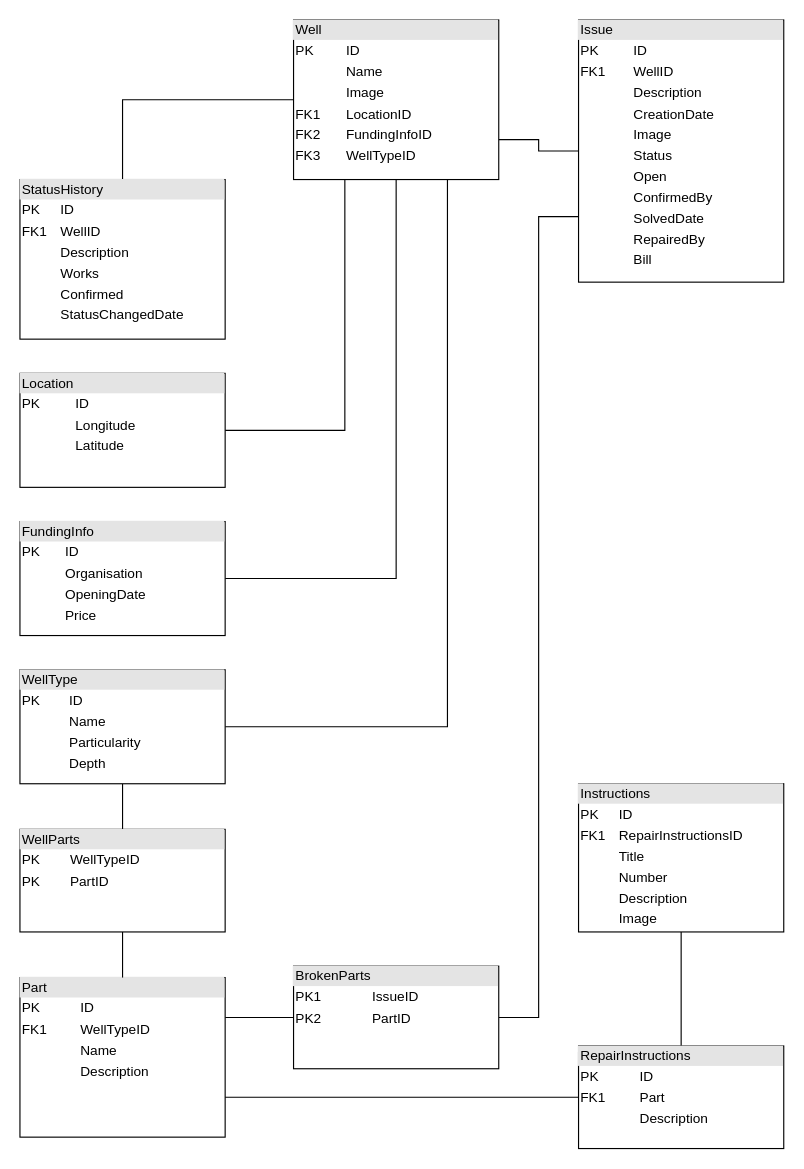
martinneumann/maph keeps this draw.io diagram as docs/data-structure/ERM.drawio. Above is the earlier version. Source tidied: cells renumbered, new cells numbered last; positions are measured from the earlier drawing's top-left corner, leaving out a move shared by most shapes. Both pictures are drawn from the tidied source at 114%, with x=0, y=0 at pixel (19, 19).
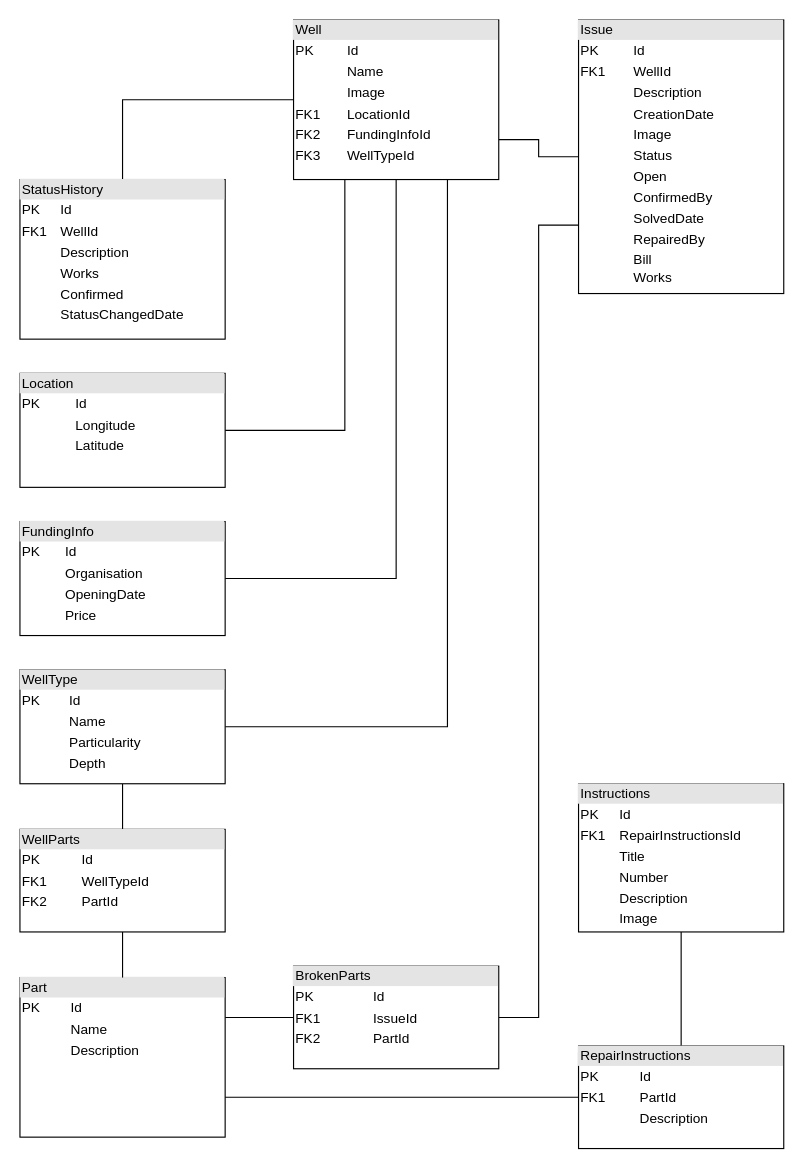
Above is the later version.

Diff of the diagram source:
```diff
@@
-    <mxCell id="7" value="&lt;div style=&quot;box-sizing: border-box ; width: 100% ; background: #e4e4e4 ; padding: 2px&quot;&gt;Well&lt;/div&gt;&lt;table style=&quot;width: 100% ; font-size: 1em&quot; cellspacing=&quot;0&quot; cellpadding=&quot;2&quot;&gt;&lt;tbody&gt;&lt;tr&gt;&lt;td&gt;PK&lt;/td&gt;&lt;td&gt;ID&lt;/td&gt;&lt;/tr&gt;&lt;tr&gt;&lt;td&gt;&lt;br&gt;&lt;/td&gt;&lt;td&gt;Name&lt;/td&gt;&lt;/tr&gt;&lt;tr&gt;&lt;td&gt;&lt;br&gt;&lt;/td&gt;&lt;td&gt;Image&lt;br&gt;&lt;/td&gt;&lt;/tr&gt;&lt;tr&gt;&lt;td&gt;FK1&lt;br&gt;&lt;/td&gt;&lt;td&gt;LocationID&lt;br&gt;&lt;/td&gt;&lt;/tr&gt;&lt;tr&gt;&lt;td&gt;FK2&lt;br&gt;&lt;/td&gt;&lt;td&gt;FundingInfoID&lt;br&gt;&lt;/td&gt;&lt;/tr&gt;&lt;tr&gt;&lt;td&gt;FK3&lt;br&gt;&lt;/td&gt;&lt;td&gt;WellTypeID&lt;br&gt;&lt;/td&gt;&lt;/tr&gt;&lt;/tbody&gt;&lt;/table&gt;" style="verticalAlign=top;align=left;overflow=fill;html=1;" parent="1" vertex="1">
+    <mxCell id="7" value="&lt;div style=&quot;box-sizing: border-box ; width: 100% ; background: #e4e4e4 ; padding: 2px&quot;&gt;Well&lt;/div&gt;&lt;table style=&quot;width: 100% ; font-size: 1em&quot; cellspacing=&quot;0&quot; cellpadding=&quot;2&quot;&gt;&lt;tbody&gt;&lt;tr&gt;&lt;td&gt;PK&lt;/td&gt;&lt;td&gt;Id&lt;/td&gt;&lt;/tr&gt;&lt;tr&gt;&lt;td&gt;&lt;br&gt;&lt;/td&gt;&lt;td&gt;Name&lt;/td&gt;&lt;/tr&gt;&lt;tr&gt;&lt;td&gt;&lt;br&gt;&lt;/td&gt;&lt;td&gt;Image&lt;br&gt;&lt;/td&gt;&lt;/tr&gt;&lt;tr&gt;&lt;td&gt;FK1&lt;br&gt;&lt;/td&gt;&lt;td&gt;LocationId&lt;br&gt;&lt;/td&gt;&lt;/tr&gt;&lt;tr&gt;&lt;td&gt;FK2&lt;br&gt;&lt;/td&gt;&lt;td&gt;FundingInfoId&lt;br&gt;&lt;/td&gt;&lt;/tr&gt;&lt;tr&gt;&lt;td&gt;FK3&lt;br&gt;&lt;/td&gt;&lt;td&gt;WellTypeId&lt;br&gt;&lt;/td&gt;&lt;/tr&gt;&lt;/tbody&gt;&lt;/table&gt;" style="verticalAlign=top;align=left;overflow=fill;html=1;" parent="1" vertex="1">
       <mxGeometry x="240" width="180" height="140" as="geometry" />
     </mxCell>
-    <mxCell id="8" value="&lt;div style=&quot;box-sizing: border-box ; width: 100% ; background: #e4e4e4 ; padding: 2px&quot;&gt;FundingInfo&lt;/div&gt;&lt;table style=&quot;width: 100% ; font-size: 1em&quot; cellspacing=&quot;0&quot; cellpadding=&quot;2&quot;&gt;&lt;tbody&gt;&lt;tr&gt;&lt;td&gt;PK&lt;/td&gt;&lt;td&gt;ID&lt;/td&gt;&lt;/tr&gt;&lt;tr&gt;&lt;td&gt;&lt;br&gt;&lt;/td&gt;&lt;td&gt;Organisation&lt;/td&gt;&lt;/tr&gt;&lt;tr&gt;&lt;td&gt;&lt;br&gt;&lt;/td&gt;&lt;td&gt;OpeningDate&lt;/td&gt;&lt;/tr&gt;&lt;tr&gt;&lt;td&gt;&lt;br&gt;&lt;/td&gt;&lt;td&gt;Price&lt;br&gt;&lt;/td&gt;&lt;/tr&gt;&lt;/tbody&gt;&lt;/table&gt;" style="verticalAlign=top;align=left;overflow=fill;html=1;" parent="1" vertex="1">
+    <mxCell id="8" value="&lt;div style=&quot;box-sizing: border-box ; width: 100% ; background: #e4e4e4 ; padding: 2px&quot;&gt;FundingInfo&lt;/div&gt;&lt;table style=&quot;width: 100% ; font-size: 1em&quot; cellspacing=&quot;0&quot; cellpadding=&quot;2&quot;&gt;&lt;tbody&gt;&lt;tr&gt;&lt;td&gt;PK&lt;/td&gt;&lt;td&gt;Id&lt;/td&gt;&lt;/tr&gt;&lt;tr&gt;&lt;td&gt;&lt;br&gt;&lt;/td&gt;&lt;td&gt;Organisation&lt;/td&gt;&lt;/tr&gt;&lt;tr&gt;&lt;td&gt;&lt;br&gt;&lt;/td&gt;&lt;td&gt;OpeningDate&lt;/td&gt;&lt;/tr&gt;&lt;tr&gt;&lt;td&gt;&lt;br&gt;&lt;/td&gt;&lt;td&gt;Price&lt;br&gt;&lt;/td&gt;&lt;/tr&gt;&lt;/tbody&gt;&lt;/table&gt;" style="verticalAlign=top;align=left;overflow=fill;html=1;" parent="1" vertex="1">
       <mxGeometry y="440" width="180" height="100" as="geometry" />
     </mxCell>
@@
-    <mxCell id="10" value="&lt;div style=&quot;box-sizing: border-box ; width: 100% ; background: #e4e4e4 ; padding: 2px&quot;&gt;WellType&lt;/div&gt;&lt;table style=&quot;width: 100% ; font-size: 1em&quot; cellspacing=&quot;0&quot; cellpadding=&quot;2&quot;&gt;&lt;tbody&gt;&lt;tr&gt;&lt;td&gt;PK&lt;/td&gt;&lt;td&gt;ID&lt;/td&gt;&lt;/tr&gt;&lt;tr&gt;&lt;td&gt;&lt;br&gt;&lt;/td&gt;&lt;td&gt;Name&lt;/td&gt;&lt;/tr&gt;&lt;tr&gt;&lt;td&gt;&lt;br&gt;&lt;/td&gt;&lt;td&gt;Particularity&lt;/td&gt;&lt;/tr&gt;&lt;tr&gt;&lt;td&gt;&lt;br&gt;&lt;/td&gt;&lt;td&gt;Depth&lt;/td&gt;&lt;/tr&gt;&lt;tr&gt;&lt;td&gt;&lt;br&gt;&lt;/td&gt;&lt;td&gt;&lt;br&gt;&lt;/td&gt;&lt;/tr&gt;&lt;/tbody&gt;&lt;/table&gt;" style="verticalAlign=top;align=left;overflow=fill;html=1;" parent="1" vertex="1">
+    <mxCell id="10" value="&lt;div style=&quot;box-sizing: border-box ; width: 100% ; background: #e4e4e4 ; padding: 2px&quot;&gt;WellType&lt;/div&gt;&lt;table style=&quot;width: 100% ; font-size: 1em&quot; cellspacing=&quot;0&quot; cellpadding=&quot;2&quot;&gt;&lt;tbody&gt;&lt;tr&gt;&lt;td&gt;PK&lt;/td&gt;&lt;td&gt;Id&lt;/td&gt;&lt;/tr&gt;&lt;tr&gt;&lt;td&gt;&lt;br&gt;&lt;/td&gt;&lt;td&gt;Name&lt;/td&gt;&lt;/tr&gt;&lt;tr&gt;&lt;td&gt;&lt;br&gt;&lt;/td&gt;&lt;td&gt;Particularity&lt;/td&gt;&lt;/tr&gt;&lt;tr&gt;&lt;td&gt;&lt;br&gt;&lt;/td&gt;&lt;td&gt;Depth&lt;/td&gt;&lt;/tr&gt;&lt;tr&gt;&lt;td&gt;&lt;br&gt;&lt;/td&gt;&lt;td&gt;&lt;br&gt;&lt;/td&gt;&lt;/tr&gt;&lt;/tbody&gt;&lt;/table&gt;" style="verticalAlign=top;align=left;overflow=fill;html=1;" parent="1" vertex="1">
       <mxGeometry y="570" width="180" height="100" as="geometry" />
     </mxCell>
@@
-    <mxCell id="12" value="&lt;div style=&quot;box-sizing: border-box ; width: 100% ; background: #e4e4e4 ; padding: 2px&quot;&gt;Part&lt;/div&gt;&lt;table style=&quot;width: 100% ; font-size: 1em&quot; cellspacing=&quot;0&quot; cellpadding=&quot;2&quot;&gt;&lt;tbody&gt;&lt;tr&gt;&lt;td&gt;PK&lt;/td&gt;&lt;td&gt;ID&lt;/td&gt;&lt;/tr&gt;&lt;tr&gt;&lt;td&gt;FK1&lt;/td&gt;&lt;td&gt;WellTypeID&lt;/td&gt;&lt;/tr&gt;&lt;tr&gt;&lt;td&gt;&lt;br&gt;&lt;/td&gt;&lt;td&gt;Name&lt;/td&gt;&lt;/tr&gt;&lt;tr&gt;&lt;td&gt;&lt;br&gt;&lt;/td&gt;&lt;td&gt;Description&lt;/td&gt;&lt;/tr&gt;&lt;/tbody&gt;&lt;/table&gt;" style="verticalAlign=top;align=left;overflow=fill;html=1;" parent="1" vertex="1">
+    <mxCell id="12" value="&lt;div style=&quot;box-sizing: border-box ; width: 100% ; background: #e4e4e4 ; padding: 2px&quot;&gt;Part&lt;/div&gt;&lt;table style=&quot;width: 100% ; font-size: 1em&quot; cellspacing=&quot;0&quot; cellpadding=&quot;2&quot;&gt;&lt;tbody&gt;&lt;tr&gt;&lt;td&gt;PK&lt;/td&gt;&lt;td&gt;Id&lt;/td&gt;&lt;/tr&gt;&lt;tr&gt;&lt;td&gt;&lt;br&gt;&lt;/td&gt;&lt;td&gt;Name&lt;/td&gt;&lt;/tr&gt;&lt;tr&gt;&lt;td&gt;&lt;br&gt;&lt;/td&gt;&lt;td&gt;Description&lt;/td&gt;&lt;/tr&gt;&lt;/tbody&gt;&lt;/table&gt;" style="verticalAlign=top;align=left;overflow=fill;html=1;" parent="1" vertex="1">
       <mxGeometry y="840" width="180" height="140" as="geometry" />
     </mxCell>
-    <mxCell id="13" value="&lt;div style=&quot;box-sizing: border-box ; width: 100% ; background: #e4e4e4 ; padding: 2px&quot;&gt;Issue&lt;/div&gt;&lt;table style=&quot;width: 100% ; font-size: 1em&quot; cellspacing=&quot;0&quot; cellpadding=&quot;2&quot;&gt;&lt;tbody&gt;&lt;tr&gt;&lt;td&gt;PK&lt;/td&gt;&lt;td&gt;ID&lt;/td&gt;&lt;/tr&gt;&lt;tr&gt;&lt;td&gt;FK1&lt;/td&gt;&lt;td&gt;WellID&lt;/td&gt;&lt;/tr&gt;&lt;tr&gt;&lt;td&gt;&lt;br&gt;&lt;/td&gt;&lt;td&gt;Description&lt;/td&gt;&lt;/tr&gt;&lt;tr&gt;&lt;td&gt;&lt;br&gt;&lt;/td&gt;&lt;td&gt;CreationDate&lt;/td&gt;&lt;/tr&gt;&lt;tr&gt;&lt;td&gt;&lt;br&gt;&lt;/td&gt;&lt;td&gt;Image&lt;/td&gt;&lt;/tr&gt;&lt;tr&gt;&lt;td&gt;&lt;br&gt;&lt;/td&gt;&lt;td&gt;Status&lt;/td&gt;&lt;/tr&gt;&lt;tr&gt;&lt;td&gt;&lt;br&gt;&lt;/td&gt;&lt;td&gt;Open&lt;/td&gt;&lt;/tr&gt;&lt;tr&gt;&lt;td&gt;&lt;br&gt;&lt;/td&gt;&lt;td&gt;ConfirmedBy&lt;/td&gt;&lt;/tr&gt;&lt;tr&gt;&lt;td&gt;&lt;br&gt;&lt;/td&gt;&lt;td&gt;SolvedDate&lt;/td&gt;&lt;/tr&gt;&lt;tr&gt;&lt;td&gt;&lt;br&gt;&lt;/td&gt;&lt;td&gt;RepairedBy&lt;/td&gt;&lt;/tr&gt;&lt;tr&gt;&lt;td&gt;&lt;br&gt;&lt;/td&gt;&lt;td&gt;Bill&lt;/td&gt;&lt;/tr&gt;&lt;/tbody&gt;&lt;/table&gt;" style="verticalAlign=top;align=left;overflow=fill;html=1;" parent="1" vertex="1">
-      <mxGeometry x="490" width="180" height="230" as="geometry" />
+    <mxCell id="13" value="&lt;div style=&quot;box-sizing: border-box ; width: 100% ; background: #e4e4e4 ; padding: 2px&quot;&gt;Issue&lt;/div&gt;&lt;table style=&quot;width: 100% ; font-size: 1em&quot; cellspacing=&quot;0&quot; cellpadding=&quot;2&quot;&gt;&lt;tbody&gt;&lt;tr&gt;&lt;td&gt;PK&lt;/td&gt;&lt;td&gt;Id&lt;/td&gt;&lt;/tr&gt;&lt;tr&gt;&lt;td&gt;FK1&lt;/td&gt;&lt;td&gt;WellId&lt;/td&gt;&lt;/tr&gt;&lt;tr&gt;&lt;td&gt;&lt;br&gt;&lt;/td&gt;&lt;td&gt;Description&lt;/td&gt;&lt;/tr&gt;&lt;tr&gt;&lt;td&gt;&lt;br&gt;&lt;/td&gt;&lt;td&gt;CreationDate&lt;/td&gt;&lt;/tr&gt;&lt;tr&gt;&lt;td&gt;&lt;br&gt;&lt;/td&gt;&lt;td&gt;Image&lt;/td&gt;&lt;/tr&gt;&lt;tr&gt;&lt;td&gt;&lt;br&gt;&lt;/td&gt;&lt;td&gt;Status&lt;/td&gt;&lt;/tr&gt;&lt;tr&gt;&lt;td&gt;&lt;br&gt;&lt;/td&gt;&lt;td&gt;Open&lt;/td&gt;&lt;/tr&gt;&lt;tr&gt;&lt;td&gt;&lt;br&gt;&lt;/td&gt;&lt;td&gt;ConfirmedBy&lt;/td&gt;&lt;/tr&gt;&lt;tr&gt;&lt;td&gt;&lt;br&gt;&lt;/td&gt;&lt;td&gt;SolvedDate&lt;/td&gt;&lt;/tr&gt;&lt;tr&gt;&lt;td&gt;&lt;br&gt;&lt;/td&gt;&lt;td&gt;RepairedBy&lt;/td&gt;&lt;/tr&gt;&lt;tr&gt;&lt;td&gt;&lt;br&gt;&lt;/td&gt;&lt;td&gt;Bill&lt;br&gt;Works&lt;br&gt;&lt;/td&gt;&lt;/tr&gt;&lt;/tbody&gt;&lt;/table&gt;" style="verticalAlign=top;align=left;overflow=fill;html=1;" parent="1" vertex="1">
+      <mxGeometry x="490" width="180" height="240" as="geometry" />
     </mxCell>
@@
-    <mxCell id="15" value="&lt;div style=&quot;box-sizing: border-box ; width: 100% ; background: #e4e4e4 ; padding: 2px&quot;&gt;BrokenParts&lt;/div&gt;&lt;table style=&quot;width: 100% ; font-size: 1em&quot; cellspacing=&quot;0&quot; cellpadding=&quot;2&quot;&gt;&lt;tbody&gt;&lt;tr&gt;&lt;td&gt;PK1&lt;/td&gt;&lt;td&gt;IssueID&lt;/td&gt;&lt;/tr&gt;&lt;tr&gt;&lt;td&gt;PK2&lt;br&gt;&lt;/td&gt;&lt;td&gt;PartID&lt;br&gt;&lt;/td&gt;&lt;/tr&gt;&lt;/tbody&gt;&lt;/table&gt;" style="verticalAlign=top;align=left;overflow=fill;html=1;" parent="1" vertex="1">
+    <mxCell id="15" value="&lt;div style=&quot;box-sizing: border-box ; width: 100% ; background: #e4e4e4 ; padding: 2px&quot;&gt;BrokenParts&lt;/div&gt;&lt;table style=&quot;width: 100% ; font-size: 1em&quot; cellspacing=&quot;0&quot; cellpadding=&quot;2&quot;&gt;&lt;tbody&gt;&lt;tr&gt;&lt;td&gt;PK&lt;br&gt;&lt;/td&gt;&lt;td&gt;Id&lt;br&gt;&lt;/td&gt;&lt;/tr&gt;&lt;tr&gt;&lt;td&gt;FK1&lt;/td&gt;&lt;td&gt;IssueId&lt;/td&gt;&lt;/tr&gt;&lt;tr&gt;&lt;td&gt;FK2&lt;br&gt;&lt;/td&gt;&lt;td&gt;PartId&lt;br&gt;&lt;/td&gt;&lt;/tr&gt;&lt;/tbody&gt;&lt;/table&gt;" style="verticalAlign=top;align=left;overflow=fill;html=1;" parent="1" vertex="1">
       <mxGeometry x="240" y="830" width="180" height="90" as="geometry" />
     </mxCell>
@@
-    <mxCell id="18" value="&lt;div style=&quot;box-sizing: border-box ; width: 100% ; background: #e4e4e4 ; padding: 2px&quot;&gt;RepairInstructions&lt;/div&gt;&lt;table style=&quot;width: 100% ; font-size: 1em&quot; cellspacing=&quot;0&quot; cellpadding=&quot;2&quot;&gt;&lt;tbody&gt;&lt;tr&gt;&lt;td&gt;PK&lt;/td&gt;&lt;td&gt;ID&lt;/td&gt;&lt;/tr&gt;&lt;tr&gt;&lt;td&gt;FK1&lt;br&gt;&lt;/td&gt;&lt;td&gt;Part&lt;br&gt;&lt;/td&gt;&lt;/tr&gt;&lt;tr&gt;&lt;td&gt;&lt;br&gt;&lt;/td&gt;&lt;td&gt;Description&lt;/td&gt;&lt;/tr&gt;&lt;/tbody&gt;&lt;/table&gt;" style="verticalAlign=top;align=left;overflow=fill;html=1;" parent="1" vertex="1">
+    <mxCell id="18" value="&lt;div style=&quot;box-sizing: border-box ; width: 100% ; background: #e4e4e4 ; padding: 2px&quot;&gt;RepairInstructions&lt;/div&gt;&lt;table style=&quot;width: 100% ; font-size: 1em&quot; cellspacing=&quot;0&quot; cellpadding=&quot;2&quot;&gt;&lt;tbody&gt;&lt;tr&gt;&lt;td&gt;PK&lt;/td&gt;&lt;td&gt;Id&lt;/td&gt;&lt;/tr&gt;&lt;tr&gt;&lt;td&gt;FK1&lt;br&gt;&lt;/td&gt;&lt;td&gt;PartId&lt;br&gt;&lt;/td&gt;&lt;/tr&gt;&lt;tr&gt;&lt;td&gt;&lt;br&gt;&lt;/td&gt;&lt;td&gt;Description&lt;/td&gt;&lt;/tr&gt;&lt;/tbody&gt;&lt;/table&gt;" style="verticalAlign=top;align=left;overflow=fill;html=1;" parent="1" vertex="1">
       <mxGeometry x="490" y="900" width="180" height="90" as="geometry" />
     </mxCell>
-    <mxCell id="19" value="&lt;div style=&quot;box-sizing: border-box ; width: 100% ; background: #e4e4e4 ; padding: 2px&quot;&gt;Instructions&lt;/div&gt;&lt;table style=&quot;width: 100% ; font-size: 1em&quot; cellspacing=&quot;0&quot; cellpadding=&quot;2&quot;&gt;&lt;tbody&gt;&lt;tr&gt;&lt;td&gt;PK&lt;/td&gt;&lt;td&gt;ID&lt;/td&gt;&lt;/tr&gt;&lt;tr&gt;&lt;td&gt;FK1&lt;/td&gt;&lt;td&gt;RepairInstructionsID&lt;/td&gt;&lt;/tr&gt;&lt;tr&gt;&lt;td&gt;&lt;br&gt;&lt;/td&gt;&lt;td&gt;Title&lt;/td&gt;&lt;/tr&gt;&lt;tr&gt;&lt;td&gt;&lt;br&gt;&lt;/td&gt;&lt;td&gt;Number&lt;br&gt;&lt;/td&gt;&lt;/tr&gt;&lt;tr&gt;&lt;td&gt;&lt;br&gt;&lt;/td&gt;&lt;td&gt;Description&lt;br&gt;&lt;/td&gt;&lt;/tr&gt;&lt;tr&gt;&lt;td&gt;&lt;br&gt;&lt;/td&gt;&lt;td&gt;Image&lt;br&gt;&lt;/td&gt;&lt;/tr&gt;&lt;/tbody&gt;&lt;/table&gt;" style="verticalAlign=top;align=left;overflow=fill;html=1;" parent="1" vertex="1">
+    <mxCell id="19" value="&lt;div style=&quot;box-sizing: border-box ; width: 100% ; background: #e4e4e4 ; padding: 2px&quot;&gt;Instructions&lt;/div&gt;&lt;table style=&quot;width: 100% ; font-size: 1em&quot; cellspacing=&quot;0&quot; cellpadding=&quot;2&quot;&gt;&lt;tbody&gt;&lt;tr&gt;&lt;td&gt;PK&lt;/td&gt;&lt;td&gt;Id&lt;/td&gt;&lt;/tr&gt;&lt;tr&gt;&lt;td&gt;FK1&lt;/td&gt;&lt;td&gt;RepairInstructionsId&lt;/td&gt;&lt;/tr&gt;&lt;tr&gt;&lt;td&gt;&lt;br&gt;&lt;/td&gt;&lt;td&gt;Title&lt;/td&gt;&lt;/tr&gt;&lt;tr&gt;&lt;td&gt;&lt;br&gt;&lt;/td&gt;&lt;td&gt;Number&lt;br&gt;&lt;/td&gt;&lt;/tr&gt;&lt;tr&gt;&lt;td&gt;&lt;br&gt;&lt;/td&gt;&lt;td&gt;Description&lt;br&gt;&lt;/td&gt;&lt;/tr&gt;&lt;tr&gt;&lt;td&gt;&lt;br&gt;&lt;/td&gt;&lt;td&gt;Image&lt;br&gt;&lt;/td&gt;&lt;/tr&gt;&lt;/tbody&gt;&lt;/table&gt;" style="verticalAlign=top;align=left;overflow=fill;html=1;" parent="1" vertex="1">
       <mxGeometry x="490" y="670" width="180" height="130" as="geometry" />
     </mxCell>
-    <mxCell id="20" value="&lt;div style=&quot;box-sizing: border-box ; width: 100% ; background: #e4e4e4 ; padding: 2px&quot;&gt;Location&lt;/div&gt;&lt;table style=&quot;width: 100% ; font-size: 1em&quot; cellspacing=&quot;0&quot; cellpadding=&quot;2&quot;&gt;&lt;tbody&gt;&lt;tr&gt;&lt;td&gt;PK&lt;/td&gt;&lt;td&gt;ID&lt;/td&gt;&lt;/tr&gt;&lt;tr&gt;&lt;td&gt;&lt;br&gt;&lt;/td&gt;&lt;td&gt;Longitude&lt;/td&gt;&lt;/tr&gt;&lt;tr&gt;&lt;td&gt;&lt;br&gt;&lt;/td&gt;&lt;td&gt;Latitude&lt;/td&gt;&lt;/tr&gt;&lt;/tbody&gt;&lt;/table&gt;" style="verticalAlign=top;align=left;overflow=fill;html=1;" parent="1" vertex="1">
+    <mxCell id="20" value="&lt;div style=&quot;box-sizing: border-box ; width: 100% ; background: #e4e4e4 ; padding: 2px&quot;&gt;Location&lt;/div&gt;&lt;table style=&quot;width: 100% ; font-size: 1em&quot; cellspacing=&quot;0&quot; cellpadding=&quot;2&quot;&gt;&lt;tbody&gt;&lt;tr&gt;&lt;td&gt;PK&lt;/td&gt;&lt;td&gt;Id&lt;/td&gt;&lt;/tr&gt;&lt;tr&gt;&lt;td&gt;&lt;br&gt;&lt;/td&gt;&lt;td&gt;Longitude&lt;/td&gt;&lt;/tr&gt;&lt;tr&gt;&lt;td&gt;&lt;br&gt;&lt;/td&gt;&lt;td&gt;Latitude&lt;/td&gt;&lt;/tr&gt;&lt;/tbody&gt;&lt;/table&gt;" style="verticalAlign=top;align=left;overflow=fill;html=1;" parent="1" vertex="1">
       <mxGeometry y="310" width="180" height="100" as="geometry" />
     </mxCell>
-    <mxCell id="21" value="&lt;div style=&quot;box-sizing: border-box ; width: 100% ; background: #e4e4e4 ; padding: 2px&quot;&gt;StatusHistory&lt;/div&gt;&lt;table style=&quot;width: 100% ; font-size: 1em&quot; cellspacing=&quot;0&quot; cellpadding=&quot;2&quot;&gt;&lt;tbody&gt;&lt;tr&gt;&lt;td&gt;PK&lt;/td&gt;&lt;td&gt;ID&lt;/td&gt;&lt;/tr&gt;&lt;tr&gt;&lt;td&gt;FK1&lt;/td&gt;&lt;td&gt;WellID&lt;/td&gt;&lt;/tr&gt;&lt;tr&gt;&lt;td&gt;&lt;br&gt;&lt;/td&gt;&lt;td&gt;Description&lt;/td&gt;&lt;/tr&gt;&lt;tr&gt;&lt;td&gt;&lt;br&gt;&lt;/td&gt;&lt;td&gt;Works&lt;br&gt;&lt;/td&gt;&lt;/tr&gt;&lt;tr&gt;&lt;td&gt;&lt;br&gt;&lt;/td&gt;&lt;td&gt;Confirmed&lt;br&gt;&lt;/td&gt;&lt;/tr&gt;&lt;tr&gt;&lt;td&gt;&lt;br&gt;&lt;/td&gt;&lt;td&gt;StatusChangedDate&lt;br&gt;&lt;/td&gt;&lt;/tr&gt;&lt;/tbody&gt;&lt;/table&gt;" style="verticalAlign=top;align=left;overflow=fill;html=1;" parent="1" vertex="1">
+    <mxCell id="21" value="&lt;div style=&quot;box-sizing: border-box ; width: 100% ; background: #e4e4e4 ; padding: 2px&quot;&gt;StatusHistory&lt;/div&gt;&lt;table style=&quot;width: 100% ; font-size: 1em&quot; cellspacing=&quot;0&quot; cellpadding=&quot;2&quot;&gt;&lt;tbody&gt;&lt;tr&gt;&lt;td&gt;PK&lt;/td&gt;&lt;td&gt;Id&lt;/td&gt;&lt;/tr&gt;&lt;tr&gt;&lt;td&gt;FK1&lt;/td&gt;&lt;td&gt;WellId&lt;/td&gt;&lt;/tr&gt;&lt;tr&gt;&lt;td&gt;&lt;br&gt;&lt;/td&gt;&lt;td&gt;Description&lt;/td&gt;&lt;/tr&gt;&lt;tr&gt;&lt;td&gt;&lt;br&gt;&lt;/td&gt;&lt;td&gt;Works&lt;br&gt;&lt;/td&gt;&lt;/tr&gt;&lt;tr&gt;&lt;td&gt;&lt;br&gt;&lt;/td&gt;&lt;td&gt;Confirmed&lt;br&gt;&lt;/td&gt;&lt;/tr&gt;&lt;tr&gt;&lt;td&gt;&lt;br&gt;&lt;/td&gt;&lt;td&gt;StatusChangedDate&lt;br&gt;&lt;/td&gt;&lt;/tr&gt;&lt;/tbody&gt;&lt;/table&gt;" style="verticalAlign=top;align=left;overflow=fill;html=1;" parent="1" vertex="1">
       <mxGeometry y="140" width="180" height="140" as="geometry" />
     </mxCell>
@@
-    <mxCell id="23" value="&lt;div style=&quot;box-sizing: border-box ; width: 100% ; background: #e4e4e4 ; padding: 2px&quot;&gt;WellParts&lt;/div&gt;&lt;table style=&quot;width: 100% ; font-size: 1em&quot; cellspacing=&quot;0&quot; cellpadding=&quot;2&quot;&gt;&lt;tbody&gt;&lt;tr&gt;&lt;td&gt;PK&lt;/td&gt;&lt;td&gt;WellTypeID&lt;/td&gt;&lt;/tr&gt;&lt;tr&gt;&lt;td&gt;PK&lt;/td&gt;&lt;td&gt;PartID&lt;/td&gt;&lt;/tr&gt;&lt;tr&gt;&lt;td&gt;&lt;br&gt;&lt;/td&gt;&lt;td&gt;&lt;br&gt;&lt;/td&gt;&lt;/tr&gt;&lt;/tbody&gt;&lt;/table&gt;" style="verticalAlign=top;align=left;overflow=fill;html=1;" parent="1" vertex="1">
+    <mxCell id="23" value="&lt;div style=&quot;box-sizing: border-box ; width: 100% ; background: #e4e4e4 ; padding: 2px&quot;&gt;WellParts&lt;/div&gt;&lt;table style=&quot;width: 100% ; font-size: 1em&quot; cellspacing=&quot;0&quot; cellpadding=&quot;2&quot;&gt;&lt;tbody&gt;&lt;tr&gt;&lt;td&gt;PK&lt;br&gt;&lt;/td&gt;&lt;td&gt;Id&lt;br&gt;&lt;/td&gt;&lt;/tr&gt;&lt;tr&gt;&lt;td&gt;FK1&lt;/td&gt;&lt;td&gt;WellTypeId&lt;/td&gt;&lt;/tr&gt;&lt;tr&gt;&lt;td&gt;FK2&lt;/td&gt;&lt;td&gt;PartId&lt;/td&gt;&lt;/tr&gt;&lt;tr&gt;&lt;td&gt;&lt;br&gt;&lt;/td&gt;&lt;td&gt;&lt;br&gt;&lt;/td&gt;&lt;/tr&gt;&lt;/tbody&gt;&lt;/table&gt;" style="verticalAlign=top;align=left;overflow=fill;html=1;" parent="1" vertex="1">
       <mxGeometry y="710" width="180" height="90" as="geometry" />
     </mxCell>
```
